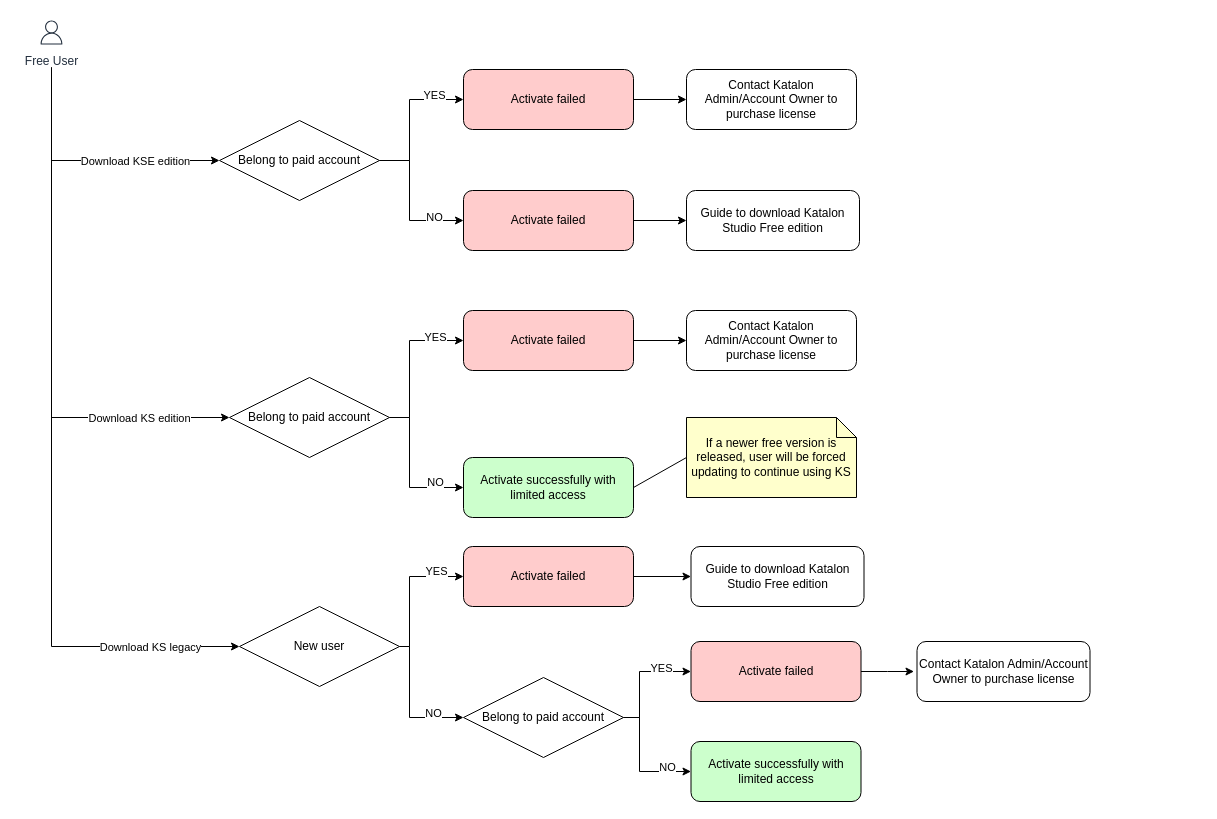
The draw.io diagram page "free-user-flow" (1 of 3) of free-trial-ent-activation-rule.drawio in nhpthuy/chart, before the edit. Source tidied: cells renumbered, new cells numbered last; positions are measured from the earlier drawing's top-left corner, leaving out a move shared by most shapes. Both pictures are drawn from the tidied source at 100%, with x=0, y=0 at pixel (36, 17).
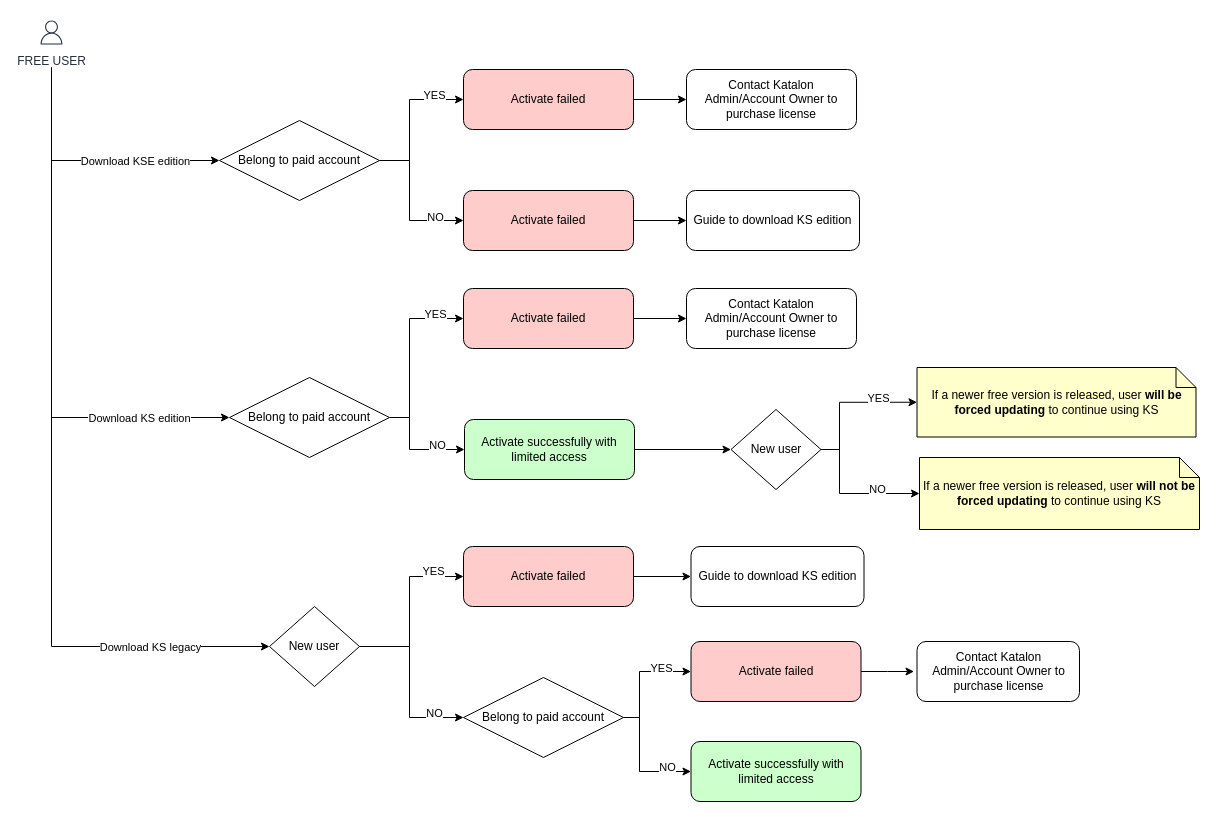
After the change.

The change refers to these unchanged cells:
```xml
<mxCell id="4" style="edgeStyle=orthogonalEdgeStyle;rounded=0;jettySize=auto;html=1;exitX=1;exitY=0.5;exitDx=0;exitDy=0;entryX=0;entryY=0.5;entryDx=0;entryDy=0;" parent="1" edge="1" source="6" target="10">
  <mxGeometry relative="1" as="geometry">
    <Array as="points">
      <mxPoint x="373" y="143" />
      <mxPoint x="373" y="203" />
    </Array>
  </mxGeometry>
</mxCell>
<mxCell id="22" value="Belong to paid account" style="rhombus;whiteSpace=wrap;html=1;" parent="1" vertex="1">
  <mxGeometry x="193" y="360" width="160" height="80" as="geometry" />
</mxCell>
<mxCell id="29" style="edgeStyle=orthogonalEdgeStyle;rounded=0;jettySize=auto;html=1;entryX=0;entryY=0.5;entryDx=0;entryDy=0;" parent="1" edge="1" source="34" target="45">
  <mxGeometry relative="1" as="geometry">
    <Array as="points">
      <mxPoint x="373" y="629" />
      <mxPoint x="373" y="559" />
    </Array>
  </mxGeometry>
</mxCell>
<mxCell id="31" style="edgeStyle=orthogonalEdgeStyle;rounded=0;jettySize=auto;html=1;entryX=0;entryY=0.5;entryDx=0;entryDy=0;" parent="1" edge="1" source="34" target="39">
  <mxGeometry relative="1" as="geometry">
    <Array as="points">
      <mxPoint x="373" y="629" />
      <mxPoint x="373" y="700" />
    </Array>
  </mxGeometry>
</mxCell>
```

The edit, as a diff of the source:
```diff
@@
     <mxCell id="5" value="NO" style="edgeLabel;html=1;align=center;verticalAlign=middle;" parent="4" vertex="1">
       <mxGeometry x="0.58" relative="1" as="geometry">
-        <mxPoint y="-4" as="offset" />
+        <mxPoint x="1" y="-4" as="offset" />
       </mxGeometry>
     </mxCell>
@@
-    <mxCell id="11" value="Guide to download Katalon Studio Free edition" style="whiteSpace=wrap;html=1;rounded=1;" parent="1" vertex="1">
+    <mxCell id="11" value="Guide to download KS edition" style="whiteSpace=wrap;html=1;rounded=1;" parent="1" vertex="1">
       <mxGeometry x="650" y="173" width="173" height="60" as="geometry" />
     </mxCell>
@@
-    <mxCell id="17" value="Free User" style="sketch=0;fontColor=#232F3E;gradientColor=none;strokeColor=#232F3E;fillColor=#ffffff;dashed=0;verticalLabelPosition=bottom;verticalAlign=top;align=center;html=1;fontSize=12;fontStyle=0;shape=mxgraph.aws4.resourceIcon;resIcon=mxgraph.aws4.user;" parent="1" vertex="1">
+    <mxCell id="17" value="FREE USER" style="sketch=0;fontColor=#232F3E;gradientColor=none;strokeColor=#232F3E;fillColor=#ffffff;dashed=0;verticalLabelPosition=bottom;verticalAlign=top;align=center;html=1;fontSize=12;fontStyle=0;shape=mxgraph.aws4.resourceIcon;resIcon=mxgraph.aws4.user;" parent="1" vertex="1">
       <mxGeometry width="30" height="30" as="geometry" />
     </mxCell>
     <mxCell id="18" style="edgeStyle=orthogonalEdgeStyle;rounded=0;jettySize=auto;html=1;entryX=0;entryY=0.5;entryDx=0;entryDy=0;" parent="1" edge="1" source="22" target="24">
       <mxGeometry relative="1" as="geometry">
         <Array as="points">
           <mxPoint x="373" y="400" />
-          <mxPoint x="373" y="323" />
+          <mxPoint x="373" y="301" />
         </Array>
       </mxGeometry>
     </mxCell>
-    <mxCell id="19" value="YES" style="edgeLabel;html=1;align=center;verticalAlign=middle;" parent="18" vertex="1">
-      <mxGeometry x="0.62" relative="1" as="geometry">
-        <mxPoint y="-4" as="offset" />
-      </mxGeometry>
-    </mxCell>
+    <mxCell id="49" value="YES" style="edgeLabel;html=1;align=center;verticalAlign=middle;" parent="18" vertex="1">
+      <mxGeometry x="0.6" y="5" relative="1" as="geometry">
+        <mxPoint x="6" as="offset" />
+      </mxGeometry>
+    </mxCell>
     <mxCell id="20" style="edgeStyle=orthogonalEdgeStyle;rounded=0;jettySize=auto;html=1;entryX=0;entryY=0.5;entryDx=0;entryDy=0;" parent="1" edge="1" source="22" target="27">
       <mxGeometry relative="1" as="geometry">
         <Array as="points">
           <mxPoint x="373" y="400" />
-          <mxPoint x="373" y="470" />
+          <mxPoint x="373" y="432" />
         </Array>
       </mxGeometry>
     </mxCell>
-    <mxCell id="21" value="NO" style="edgeLabel;html=1;align=center;verticalAlign=middle;" parent="20" vertex="1">
-      <mxGeometry x="0.59" y="6" relative="1" as="geometry">
-        <mxPoint x="1" as="offset" />
-      </mxGeometry>
-    </mxCell>
+    <mxCell id="50" value="NO" style="edgeLabel;html=1;align=center;verticalAlign=middle;" parent="20" vertex="1">
+      <mxGeometry x="0.4" y="5" relative="1" as="geometry">
+        <mxPoint x="4" as="offset" />
+      </mxGeometry>
+    </mxCell>
@@
     <mxCell id="24" value="Activate failed" style="rounded=1;whiteSpace=wrap;html=1;fillColor=#FFCCCC;" parent="1" vertex="1">
-      <mxGeometry x="427" y="293" width="170" height="60" as="geometry" />
+      <mxGeometry x="427" y="271" width="170" height="60" as="geometry" />
     </mxCell>
@@
     <mxCell id="26" value="Contact Katalon Admin/Account Owner to purchase license" style="rounded=1;whiteSpace=wrap;html=1;" parent="1" vertex="1">
-      <mxGeometry x="650" y="293" width="170" height="60" as="geometry" />
+      <mxGeometry x="650" y="271" width="170" height="60" as="geometry" />
     </mxCell>
+    <mxCell id="51" style="edgeStyle=orthogonalEdgeStyle;rounded=0;jettySize=auto;html=1;" parent="1" edge="1" source="27" target="52">
+      <mxGeometry relative="1" as="geometry" />
+    </mxCell>
     <mxCell id="27" value="Activate successfully with limited access" style="rounded=1;whiteSpace=wrap;html=1;fillColor=#CCFFCC;" parent="1" vertex="1">
-      <mxGeometry x="427" y="440" width="170" height="60" as="geometry" />
+      <mxGeometry x="428" y="402" width="170" height="60" as="geometry" />
     </mxCell>
@@
     <mxCell id="30" value="YES" style="edgeLabel;html=1;align=center;verticalAlign=middle;" parent="29" vertex="1">
       <mxGeometry x="0.59" y="6" relative="1" as="geometry">
-        <mxPoint x="-1" as="offset" />
+        <mxPoint x="5" as="offset" />
       </mxGeometry>
     </mxCell>
@@
     <mxCell id="33" value="NO" style="edgeLabel;html=1;align=center;verticalAlign=middle;" parent="31" vertex="1">
       <mxGeometry x="0.55" y="3" relative="1" as="geometry">
-        <mxPoint x="-1" y="-2" as="offset" />
+        <mxPoint x="9" y="-2" as="offset" />
       </mxGeometry>
     </mxCell>
     <mxCell id="34" value="New user" style="rhombus;whiteSpace=wrap;html=1;" parent="1" vertex="1">
-      <mxGeometry x="203" y="589" width="160" height="80" as="geometry" />
+      <mxGeometry x="233" y="589" width="90" height="80" as="geometry" />
     </mxCell>
@@
     <mxCell id="43" value="Contact Katalon Admin/Account Owner to purchase license" style="whiteSpace=wrap;html=1;rounded=1;" parent="1" vertex="1">
-      <mxGeometry x="880.5" y="624" width="173" height="60" as="geometry" />
+      <mxGeometry x="880.5" y="624" width="162.5" height="60" as="geometry" />
     </mxCell>
@@
-    <mxCell id="46" value="Guide to download Katalon Studio Free edition" style="whiteSpace=wrap;html=1;rounded=1;" parent="1" vertex="1">
+    <mxCell id="46" value="Guide to download KS edition" style="whiteSpace=wrap;html=1;rounded=1;" parent="1" vertex="1">
       <mxGeometry x="654.5" y="529" width="173" height="60" as="geometry" />
     </mxCell>
-    <mxCell id="47" value="If a newer free version is released, user will be forced updating to continue using KS" style="shape=note;size=20;whiteSpace=wrap;html=1;fillColor=#FFFFCC;" parent="1" vertex="1">
-      <mxGeometry x="650" y="400" width="170" height="80" as="geometry" />
+    <mxCell id="47" value="If a newer free version is released, user &lt;b&gt;will be forced updating&lt;/b&gt; to continue using KS" style="shape=note;size=20;whiteSpace=wrap;html=1;fillColor=#FFFFCC;" parent="1" vertex="1">
+      <mxGeometry x="880.5" y="350" width="279" height="69.5" as="geometry" />
     </mxCell>
-    <mxCell id="48" style="endArrow=none;html=1;rounded=0;entryX=0;entryY=0.5;entryDx=0;entryDy=0;entryPerimeter=0;exitX=1;exitY=0.5;exitDx=0;exitDy=0;" parent="1" edge="1" source="27" target="47">
-      <mxGeometry relative="1" as="geometry" />
-    </mxCell>
+    <mxCell id="52" value="New user" style="rhombus;whiteSpace=wrap;html=1;" parent="1" vertex="1">
+      <mxGeometry x="694.5" y="392" width="90" height="80" as="geometry" />
+    </mxCell>
+    <mxCell id="53" value="If a newer free version is released, user &lt;b&gt;will not be forced updating&lt;/b&gt; to continue using KS" style="shape=note;size=20;whiteSpace=wrap;html=1;fillColor=#FFFFCC;" parent="1" vertex="1">
+      <mxGeometry x="883" y="440" width="280" height="72" as="geometry" />
+    </mxCell>
+    <mxCell id="54" style="edgeStyle=orthogonalEdgeStyle;rounded=0;jettySize=auto;html=1;exitX=1;exitY=0.5;exitDx=0;exitDy=0;entryX=0;entryY=0.5;entryDx=0;entryDy=0;entryPerimeter=0;" parent="1" edge="1" source="52" target="47">
+      <mxGeometry relative="1" as="geometry">
+        <Array as="points">
+          <mxPoint x="803" y="432" />
+          <mxPoint x="803" y="385" />
+        </Array>
+      </mxGeometry>
+    </mxCell>
+    <mxCell id="55" value="YES" style="edgeLabel;html=1;align=center;verticalAlign=middle;" parent="54" vertex="1">
+      <mxGeometry x="0.54" y="5" relative="1" as="geometry">
+        <mxPoint x="-6" y="1" as="offset" />
+      </mxGeometry>
+    </mxCell>
+    <mxCell id="56" style="edgeStyle=orthogonalEdgeStyle;rounded=0;jettySize=auto;html=1;entryX=0;entryY=0.5;entryDx=0;entryDy=0;entryPerimeter=0;" parent="1" edge="1" source="52" target="53">
+      <mxGeometry relative="1" as="geometry">
+        <Array as="points">
+          <mxPoint x="803" y="432" />
+          <mxPoint x="803" y="476" />
+        </Array>
+      </mxGeometry>
+    </mxCell>
+    <mxCell id="57" value="NO" style="edgeLabel;html=1;align=center;verticalAlign=middle;" parent="56" vertex="1">
+      <mxGeometry x="0.42" y="4" relative="1" as="geometry">
+        <mxPoint x="-1" y="-1" as="offset" />
+      </mxGeometry>
+    </mxCell>
```
